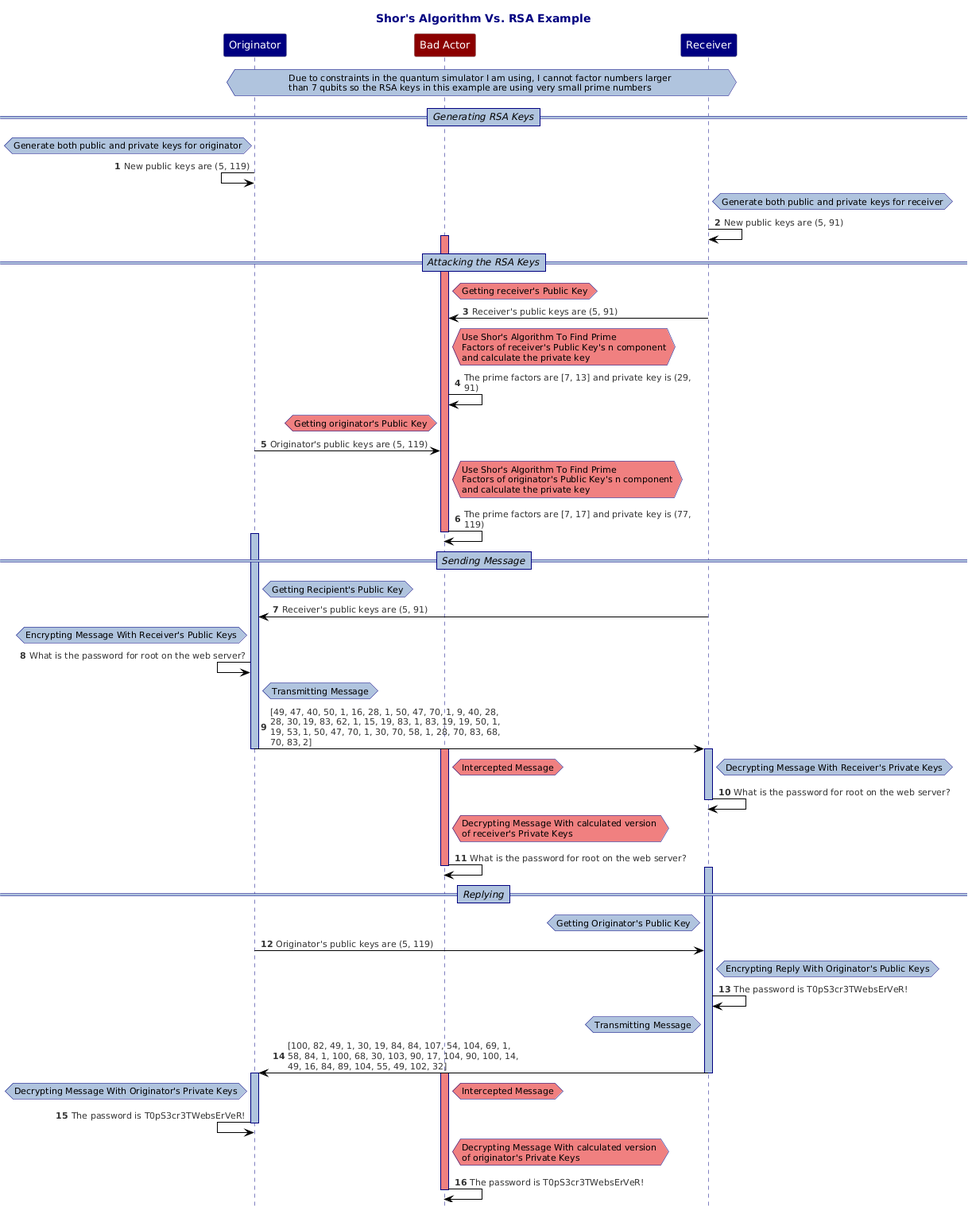
Earlier version of the PlantUML export GeneratingDiagrams/Diagrams/ShorsAlgorithmVsRSASequence.png (jbarbourmoore/Cryptography-Exploration). The source it was exported from:
```plantuml
@startuml
!theme reddress-lightblue
hide footbox
title "Shor's Algorithm Vs. RSA Example"
autonumber
skinparam maxMessageSize 300
skinparam NoteBackgroundColor LightSteelBlue
skinparam NoteBorderColor Navy
skinparam ParticipantBackgroundColor Navy
skinparam ParticipantFontColor White
skinparam ParticipantFontSize 13
skinparam TitleFontColor Navy
skinparam SequenceLifeLineBorderColor Navy
skinparam SequenceLifeLineBackgroundColor LightSteelBlue
skinparam SequenceDividerBorderThickness 1
skinparam SequenceDividerBorderColor Navy
skinparam SequenceDividerBackgroundColor LightSteelBlue
skinparam SequenceDividerFontSize 12
skinparam SequenceDividerFontStyle Italic
Participant "Originator"
Participant "Bad Actor" #DarkRed
Participant "Receiver"
hnote across  : Due to constraints in the quantum simulator I am using, I cannot factor numbers larger \nthan 7 qubits so the RSA keys in this example are using very small prime numbers
==Generating RSA Keys==
hnote left of "Originator" : Generate both public and private keys for originator
"Originator"<-"Originator": New public keys are (5, 119)
hnote right of "Receiver" : Generate both public and private keys for receiver
"Receiver"->"Receiver": New public keys are (5, 91)
==Attacking the RSA Keys==
hnote right of "Bad Actor" #LightCoral: Getting receiver's Public Key
Activate "Bad Actor" #LightCoral
"Receiver"->"Bad Actor": Receiver's public keys are (5, 91)
hnote right of "Bad Actor" #LightCoral: Use Shor's Algorithm To Find Prime\nFactors of receiver's Public Key's n component\nand calculate the private key
"Bad Actor"->"Bad Actor": The prime factors are [7, 13] and private key is (29, 91)
hnote left of "Bad Actor" #LightCoral: Getting originator's Public Key
"Originator"->"Bad Actor": Originator's public keys are (5, 119)
hnote right of "Bad Actor" #LightCoral: Use Shor's Algorithm To Find Prime\nFactors of originator's Public Key's n component\nand calculate the private key
"Bad Actor"->"Bad Actor": The prime factors are [7, 17] and private key is (77, 119)
Deactivate "Bad Actor"
==Sending Message==
Activate "Originator"
hnote right of "Originator" : Getting Recipient's Public Key
"Receiver"->"Originator": Receiver's public keys are (5, 91)
hnote left of "Originator" : Encrypting Message With Receiver's Public Keys
"Originator"<-"Originator": What is the password for root on the web server?
hnote right of "Originator" : Transmitting Message
"Originator"->"Receiver": [49, 47, 40, 50, 1, 16, 28, 1, 50, 47, 70, 1, 9, 40, 28, 28, 30, 19, 83, 62, 1, 15, 19, 83, 1, 83, 19, 19, 50, 1, 19, 53, 1, 50, 47, 70, 1, 30, 70, 58, 1, 28, 70, 83, 68, 70, 83, 2]
Deactivate "Originator"
Activate "Receiver"
Activate "Bad Actor" #LightCoral
hnote right of "Receiver" : Decrypting Message With Receiver's Private Keys
/ hnote right of "Bad Actor" #LightCoral: Intercepted Message
"Receiver"->"Receiver": What is the password for root on the web server?
Deactivate "Receiver"
hnote right of "Bad Actor" #LightCoral: Decrypting Message With calculated version \nof receiver's Private Keys
"Bad Actor"->"Bad Actor": What is the password for root on the web server?
Activate "Receiver"
Deactivate "Bad Actor"
==Replying==
hnote left of "Receiver" : Getting Originator's Public Key
"Originator"->"Receiver": Originator's public keys are (5, 119)
hnote right of "Receiver" : Encrypting Reply With Originator's Public Keys
"Receiver"->"Receiver": The password is T0pS3cr3TWebsErVeR!
hnote left of "Receiver" : Transmitting Message
"Receiver"->"Originator": [100, 82, 49, 1, 30, 19, 84, 84, 107, 54, 104, 69, 1, 58, 84, 1, 100, 68, 30, 103, 90, 17, 104, 90, 100, 14, 49, 16, 84, 89, 104, 55, 49, 102, 32]
Deactivate "Receiver"
Activate "Originator"
Activate "Bad Actor" #LightCoral
hnote left of "Originator" : Decrypting Message With Originator's Private Keys
/ hnote right of "Bad Actor" #LightCoral: Intercepted Message
"Originator"<-"Originator": The password is T0pS3cr3TWebsErVeR!
Deactivate "Originator"
hnote right of "Bad Actor" #LightCoral: Decrypting Message With calculated version \nof originator's Private Keys
"Bad Actor"->"Bad Actor": The password is T0pS3cr3TWebsErVeR!
Deactivate "Bad Actor"
@enduml
```
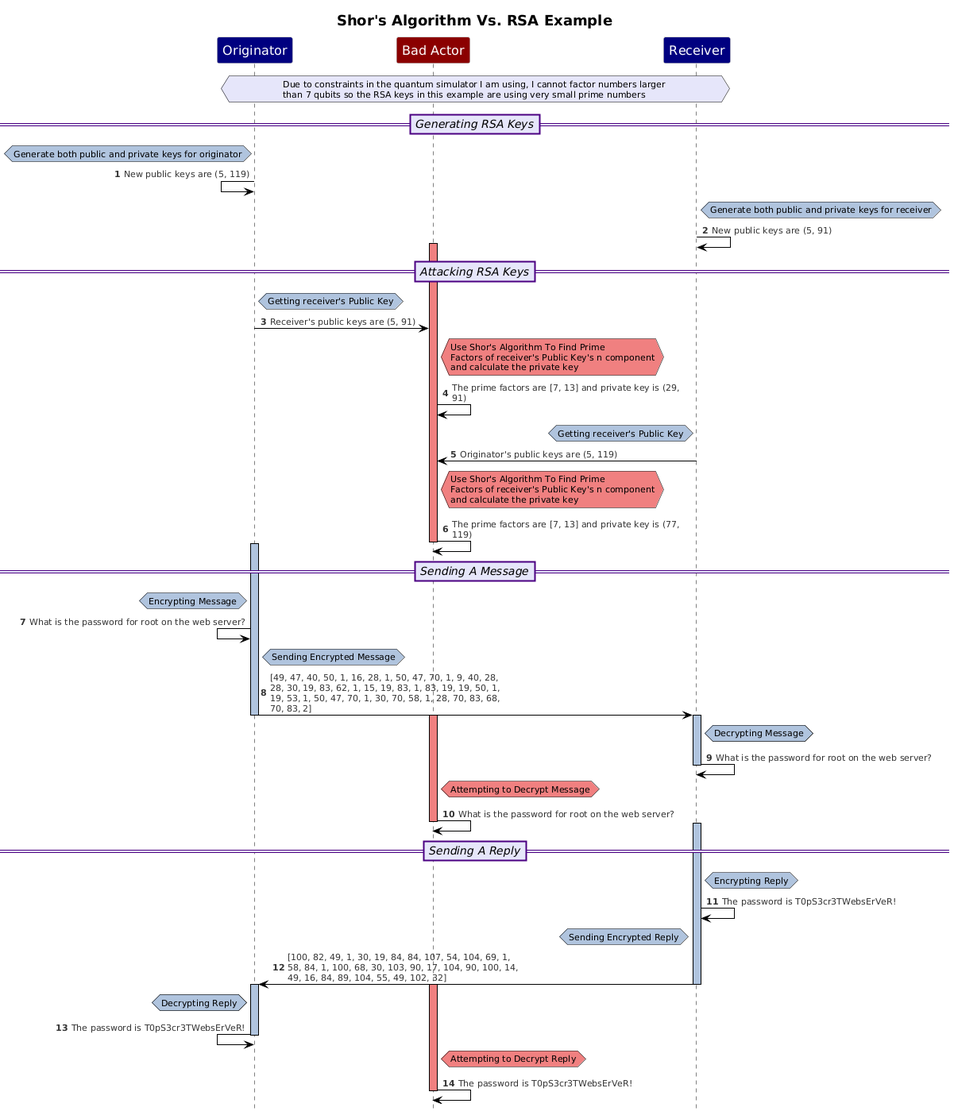
Later version of the same file.

Commit message:
Updated diagram for RSA vs Shor's Algorithm

Diff of the diagram source:
```diff
@@ -5,72 +5,68 @@
 autonumber
 skinparam maxMessageSize 300
 skinparam NoteBackgroundColor LightSteelBlue
-skinparam NoteBorderColor Navy
+skinparam NoteBorderColor Black
 skinparam ParticipantBackgroundColor Navy
 skinparam ParticipantFontColor White
-skinparam ParticipantFontSize 13
-skinparam TitleFontColor Navy
-skinparam SequenceLifeLineBorderColor Navy
+skinparam ParticipantFontSize 16
+skinparam TitleFontSize 18
+skinparam SequenceLifeLineBorderColor Black
 skinparam SequenceLifeLineBackgroundColor LightSteelBlue
-skinparam SequenceDividerBorderThickness 1
-skinparam SequenceDividerBorderColor Navy
-skinparam SequenceDividerBackgroundColor LightSteelBlue
-skinparam SequenceDividerFontSize 12
+skinparam SequenceDividerBorderThickness 2
+skinparam SequenceDividerBorderColor Indigo
+skinparam SequenceDividerBackgroundColor Lavender
+skinparam SequenceDividerFontSize 14
 skinparam SequenceDividerFontStyle Italic
 Participant "Originator"
 Participant "Bad Actor" #DarkRed
 Participant "Receiver"
-hnote across  : Due to constraints in the quantum simulator I am using, I cannot factor numbers larger \nthan 7 qubits so the RSA keys in this example are using very small prime numbers
+hnote across  #Lavender: Due to constraints in the quantum simulator I am using, I cannot factor numbers larger \nthan 7 qubits so the RSA keys in this example are using very small prime numbers
 ==Generating RSA Keys==
 hnote left of "Originator" : Generate both public and private keys for originator
 "Originator"<-"Originator": New public keys are (5, 119)
 hnote right of "Receiver" : Generate both public and private keys for receiver
 "Receiver"->"Receiver": New public keys are (5, 91)
-==Attacking the RSA Keys==
-hnote right of "Bad Actor" #LightCoral: Getting receiver's Public Key
+==Attacking RSA Keys==
 Activate "Bad Actor" #LightCoral
-"Receiver"->"Bad Actor": Receiver's public keys are (5, 91)
+hnote right of "Originator" : Getting receiver's Public Key
+"Originator"->"Bad Actor": Receiver's public keys are (5, 91)
 hnote right of "Bad Actor" #LightCoral: Use Shor's Algorithm To Find Prime\nFactors of receiver's Public Key's n component\nand calculate the private key
 "Bad Actor"->"Bad Actor": The prime factors are [7, 13] and private key is (29, 91)
-hnote left of "Bad Actor" #LightCoral: Getting originator's Public Key
-"Originator"->"Bad Actor": Originator's public keys are (5, 119)
-hnote right of "Bad Actor" #LightCoral: Use Shor's Algorithm To Find Prime\nFactors of originator's Public Key's n component\nand calculate the private key
-"Bad Actor"->"Bad Actor": The prime factors are [7, 17] and private key is (77, 119)
+hnote left of "Receiver" : Getting receiver's Public Key
+"Receiver"->"Bad Actor": Originator's public keys are (5, 119)
+hnote right of "Bad Actor" #LightCoral: Use Shor's Algorithm To Find Prime\nFactors of receiver's Public Key's n component\nand calculate the private key
+"Bad Actor"->"Bad Actor": The prime factors are [7, 13] and private key is (77, 119)
 Deactivate "Bad Actor"
-==Sending Message==
+==Sending A Message==
 Activate "Originator"
-hnote right of "Originator" : Getting Recipient's Public Key
-"Receiver"->"Originator": Receiver's public keys are (5, 91)
-hnote left of "Originator" : Encrypting Message With Receiver's Public Keys
+hnote left of "Originator" : Encrypting Message
 "Originator"<-"Originator": What is the password for root on the web server?
-hnote right of "Originator" : Transmitting Message
+hnote right of "Originator" : Sending Encrypted Message
 "Originator"->"Receiver": [49, 47, 40, 50, 1, 16, 28, 1, 50, 47, 70, 1, 9, 40, 28, 28, 30, 19, 83, 62, 1, 15, 19, 83, 1, 83, 19, 19, 50, 1, 19, 53, 1, 50, 47, 70, 1, 30, 70, 58, 1, 28, 70, 83, 68, 70, 83, 2]
 Deactivate "Originator"
 Activate "Receiver"
 Activate "Bad Actor" #LightCoral
-hnote right of "Receiver" : Decrypting Message With Receiver's Private Keys
-/ hnote right of "Bad Actor" #LightCoral: Intercepted Message
+hnote right of "Receiver" : Decrypting Message
+/ hnote right of "Receiver" : Decrypting Message
 "Receiver"->"Receiver": What is the password for root on the web server?
 Deactivate "Receiver"
-hnote right of "Bad Actor" #LightCoral: Decrypting Message With calculated version \nof receiver's Private Keys
+hnote right of "Bad Actor" #LightCoral: Attempting to Decrypt Message
 "Bad Actor"->"Bad Actor": What is the password for root on the web server?
+Deactivate "Bad Actor"
+==Sending A Reply==
 Activate "Receiver"
-Deactivate "Bad Actor"
-==Replying==
-hnote left of "Receiver" : Getting Originator's Public Key
-"Originator"->"Receiver": Originator's public keys are (5, 119)
-hnote right of "Receiver" : Encrypting Reply With Originator's Public Keys
+hnote right of "Receiver" : Encrypting Reply
 "Receiver"->"Receiver": The password is T0pS3cr3TWebsErVeR!
-hnote left of "Receiver" : Transmitting Message
+hnote left of "Receiver" : Sending Encrypted Reply
 "Receiver"->"Originator": [100, 82, 49, 1, 30, 19, 84, 84, 107, 54, 104, 69, 1, 58, 84, 1, 100, 68, 30, 103, 90, 17, 104, 90, 100, 14, 49, 16, 84, 89, 104, 55, 49, 102, 32]
 Deactivate "Receiver"
 Activate "Originator"
 Activate "Bad Actor" #LightCoral
-hnote left of "Originator" : Decrypting Message With Originator's Private Keys
-/ hnote right of "Bad Actor" #LightCoral: Intercepted Message
+hnote left of "Originator" : Decrypting Reply
+/ hnote left of "Originator" : Decrypting Reply
 "Originator"<-"Originator": The password is T0pS3cr3TWebsErVeR!
 Deactivate "Originator"
-hnote right of "Bad Actor" #LightCoral: Decrypting Message With calculated version \nof originator's Private Keys
+hnote right of "Bad Actor" #LightCoral: Attempting to Decrypt Reply
 "Bad Actor"->"Bad Actor": The password is T0pS3cr3TWebsErVeR!
 Deactivate "Bad Actor"
 @enduml
```
